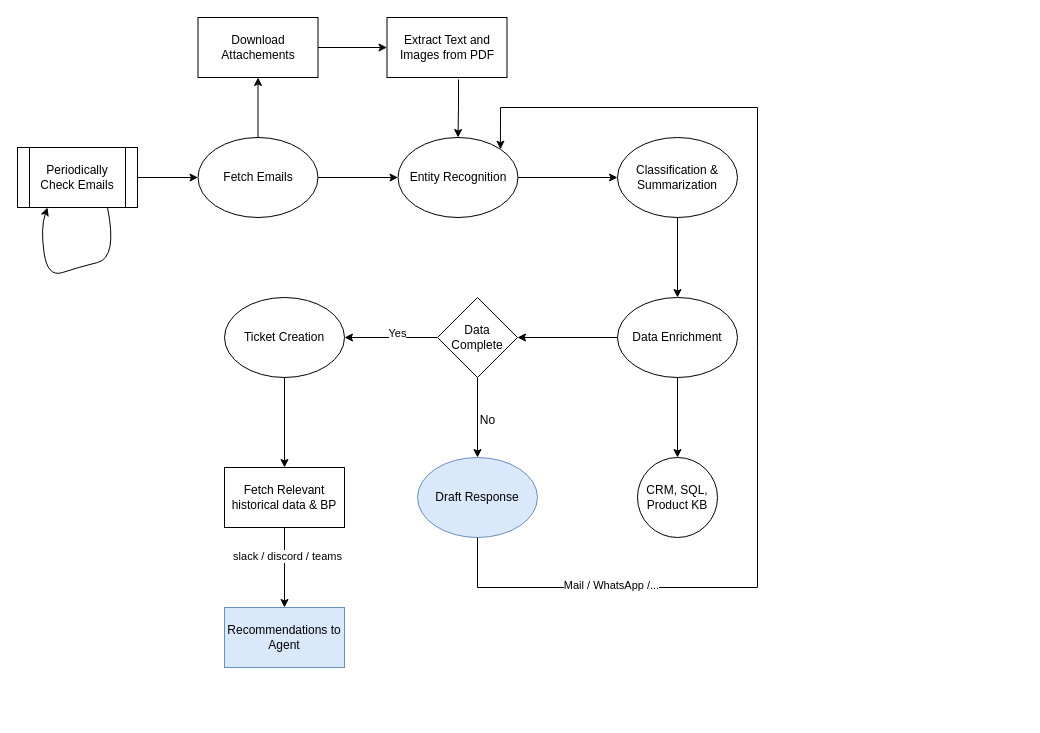
Earlier version of the draw.io diagram mail_automation_draft.drawio (almutareb/mail_automation_wf). Source tidied: cells renumbered, new cells numbered last; positions are measured from the earlier drawing's top-left corner, leaving out a move shared by most shapes. Both pictures are drawn from the tidied source at 100%, with x=0, y=0 at pixel (17, 17).
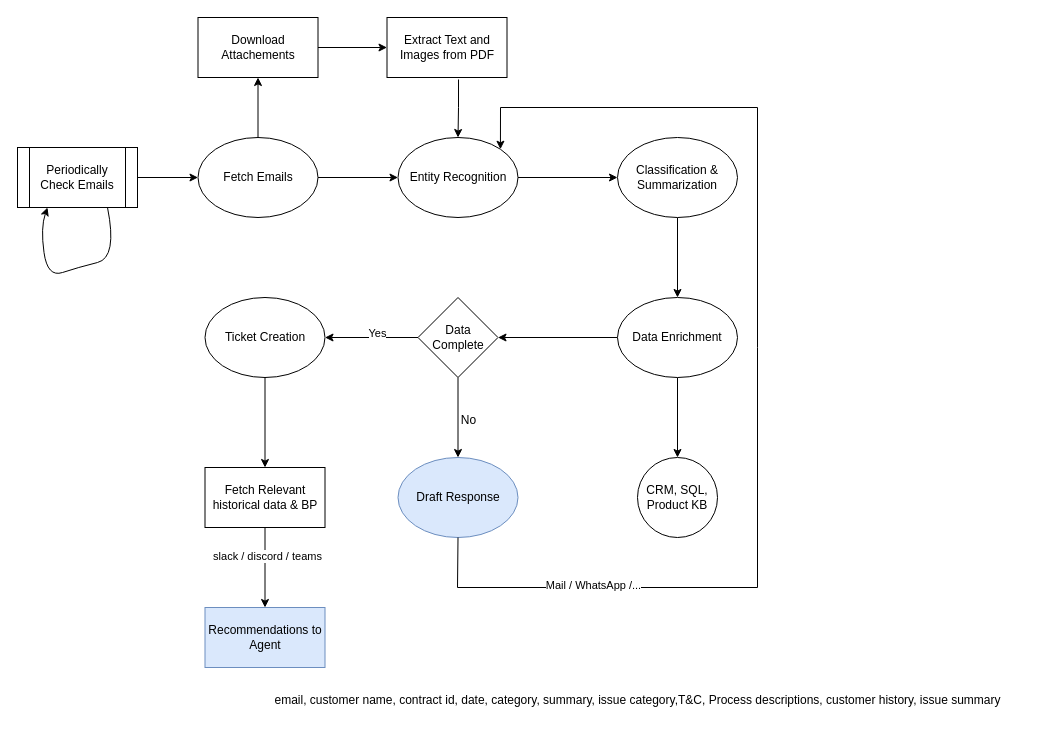
After the change.

The change refers to these unchanged cells:
```xml
<mxCell id="9" value="Entity Recognition" style="ellipse;whiteSpace=wrap;html=1;" parent="1" vertex="1">
  <mxGeometry x="380.5" y="120" width="120" height="80" as="geometry" />
</mxCell>
```

The edit, as a diff of the source:
```diff
@@
     <mxCell id="4" value="Ticket Creation" style="ellipse;whiteSpace=wrap;html=1;" parent="1" vertex="1">
-      <mxGeometry x="207" y="280" width="120" height="80" as="geometry" />
+      <mxGeometry x="187.5" y="280" width="120" height="80" as="geometry" />
     </mxCell>
@@
     <mxCell id="16" value="Draft Response" style="ellipse;whiteSpace=wrap;html=1;fillColor=#dae8fc;strokeColor=#6c8ebf;" parent="1" vertex="1">
-      <mxGeometry x="400" y="440" width="120" height="80" as="geometry" />
+      <mxGeometry x="380.5" y="440" width="120" height="80" as="geometry" />
     </mxCell>
@@
     <mxCell id="18" value="Data Complete" style="rhombus;whiteSpace=wrap;html=1;" parent="1" vertex="1">
-      <mxGeometry x="420" y="280" width="80" height="80" as="geometry" />
+      <mxGeometry x="400.5" y="280" width="80" height="80" as="geometry" />
     </mxCell>
     <mxCell id="19" value="No" style="text;html=1;align=center;verticalAlign=middle;strokeColor=none;fillColor=none;" parent="1" vertex="1">
-      <mxGeometry x="450" y="388" width="40" height="30" as="geometry" />
+      <mxGeometry x="430.5" y="388" width="40" height="30" as="geometry" />
     </mxCell>
@@
     <mxCell id="28" style="endArrow=classic;html=1;rounded=0;exitX=0.5;exitY=1;exitDx=0;exitDy=0;entryX=1;entryY=0;entryDx=0;entryDy=0;" parent="1" edge="1" source="16" target="9">
       <mxGeometry relative="1" as="geometry">
         <Array as="points">
-          <mxPoint x="460" y="570" />
+          <mxPoint x="440" y="570" />
           <mxPoint x="740" y="570" />
           <mxPoint x="740" y="330" />
           <mxPoint x="740" y="90" />
           <mxPoint x="483" y="90" />
         </Array>
       </mxGeometry>
     </mxCell>
@@
     <mxCell id="32" value="Fetch Relevant historical data &amp;amp; BP" style="whiteSpace=wrap;html=1;" parent="1" vertex="1">
-      <mxGeometry x="207" y="450" width="120" height="60" as="geometry" />
+      <mxGeometry x="187.5" y="450" width="120" height="60" as="geometry" />
     </mxCell>
     <mxCell id="33" value="Recommendations to Agent" style="whiteSpace=wrap;html=1;fillColor=#dae8fc;strokeColor=#6c8ebf;" parent="1" vertex="1">
-      <mxGeometry x="207" y="590" width="120" height="60" as="geometry" />
+      <mxGeometry x="187.5" y="590" width="120" height="60" as="geometry" />
     </mxCell>
+    <mxCell id="34" value="email, customer name, contract id, date, category, summary, issue category,T&amp;amp;C, Process descriptions, customer history, issue summary" style="text;html=1;align=center;verticalAlign=middle;strokeColor=none;fillColor=none;" parent="1" vertex="1">
+      <mxGeometry x="235" y="668" width="770" height="30" as="geometry" />
+    </mxCell>
```
